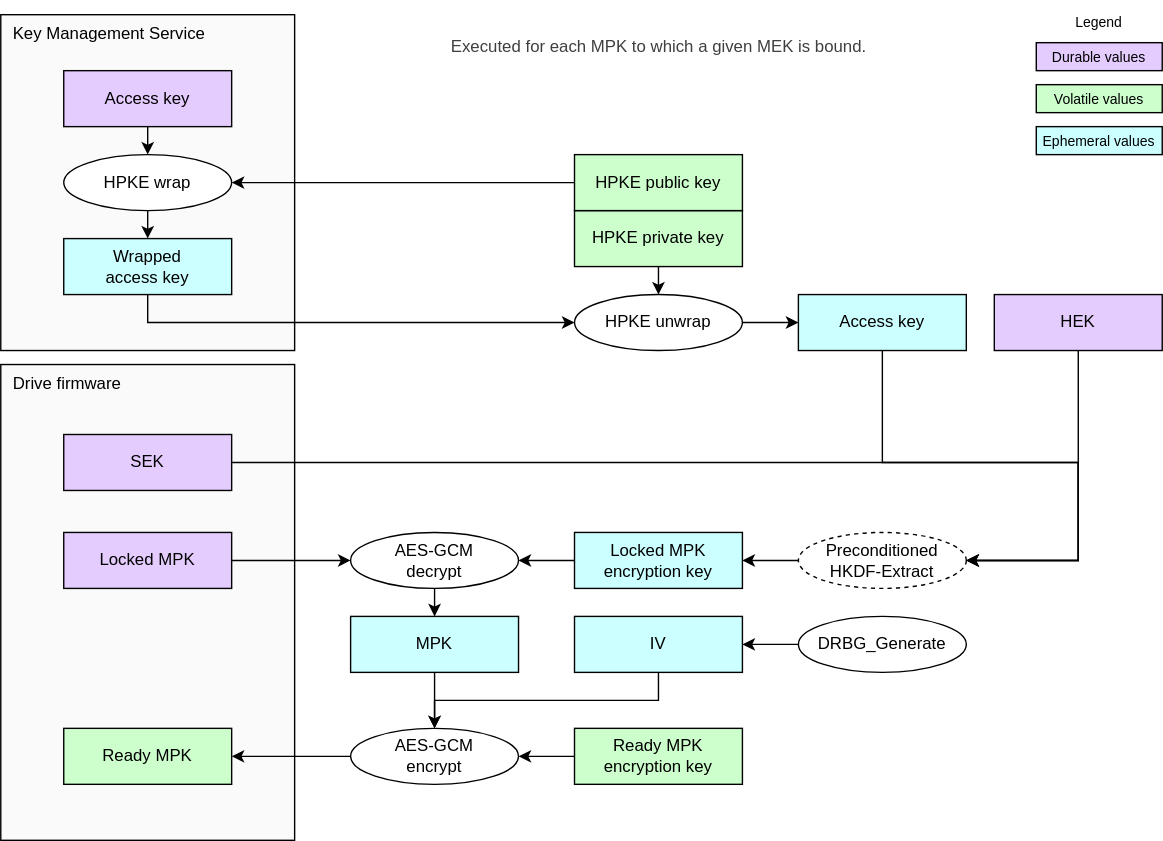
The draw.io diagram doc/ocp_lock/diagrams/mpk_ready.drawio.svg in chipsalliance/Caliptra, before a commit. Source tidied: cells renumbered, new cells last; positions are measured from the earlier drawing's top-left corner, leaving out a move shared by most shapes.
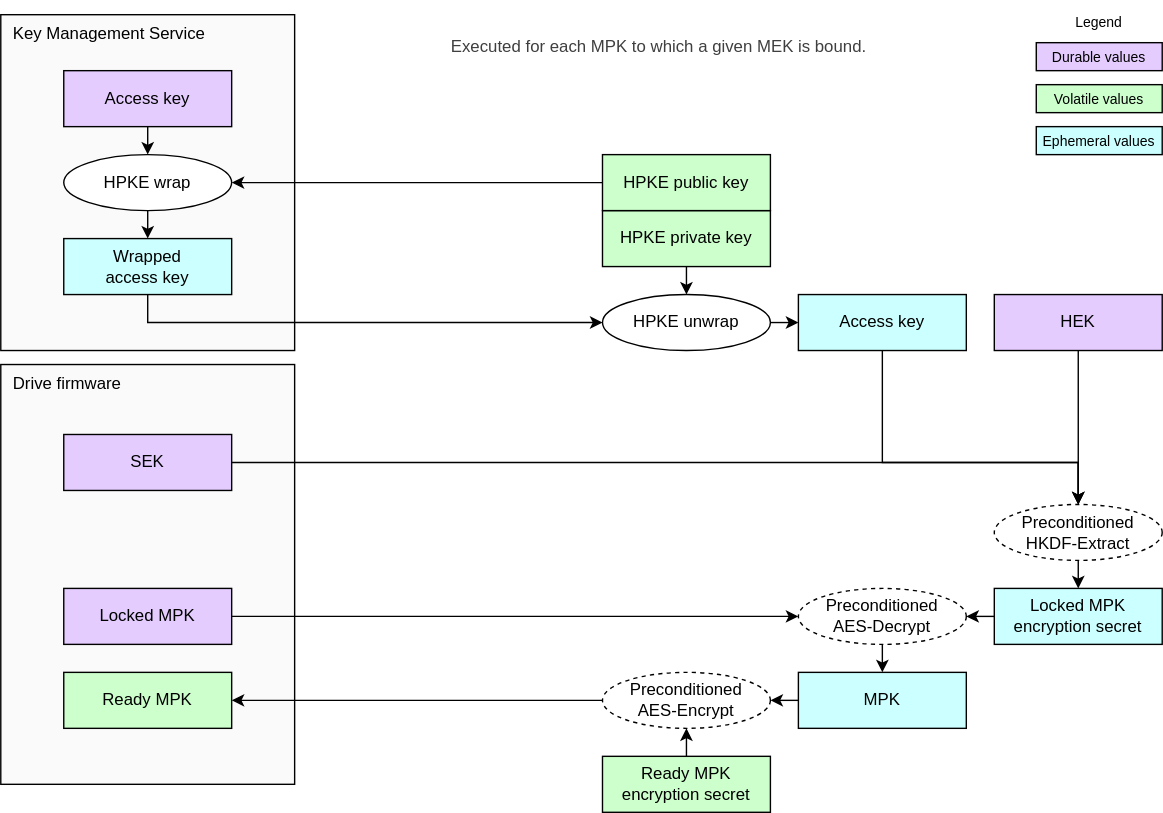
The same diagram one commit later.

Commit message:
Add "preconditioned AES" operations.

What changed in the source:
```diff
@@ -3,80 +3,60 @@
     <mxCell id="0" />
     <mxCell id="1" parent="0" />
     <mxCell id="2" value="Drive firmware" style="rounded=0;whiteSpace=wrap;html=1;fillColor=#FAFAFA;strokeColor=#000000;align=left;verticalAlign=top;spacingLeft=7;" parent="1" vertex="1">
-      <mxGeometry y="260" width="210" height="340" as="geometry" />
+      <mxGeometry y="260" width="210" height="300" as="geometry" />
     </mxCell>
     <mxCell id="3" value="Key Management Service" style="rounded=0;whiteSpace=wrap;html=1;fillColor=#FAFAFA;strokeColor=#000000;align=left;verticalAlign=top;spacingLeft=7;" parent="1" vertex="1">
       <mxGeometry y="10" width="210" height="240" as="geometry" />
     </mxCell>
     <mxCell id="4" value="&lt;div&gt;&lt;font color=&quot;#000000&quot;&gt;Locked MPK&lt;/font&gt;&lt;/div&gt;" style="rounded=0;whiteSpace=wrap;html=1;align=center;verticalAlign=middle;shadow=0;glass=0;spacingLeft=0;spacingBottom=0;spacingTop=0;fillColor=#E5CCFF;" parent="1" vertex="1">
-      <mxGeometry x="45" y="380" width="120" height="40" as="geometry" />
+      <mxGeometry x="45" y="420" width="120" height="40" as="geometry" />
     </mxCell>
     <mxCell id="5" value="&lt;div&gt;&lt;font color=&quot;#000000&quot;&gt;Ready MPK&lt;/font&gt;&lt;/div&gt;" style="rounded=0;whiteSpace=wrap;html=1;align=center;verticalAlign=middle;shadow=0;glass=0;spacingLeft=0;spacingBottom=0;spacingTop=0;fillColor=#CCFFCC;" parent="1" vertex="1">
-      <mxGeometry x="45" y="520" width="120" height="40" as="geometry" />
+      <mxGeometry x="45" y="480" width="120" height="40" as="geometry" />
     </mxCell>
     <mxCell id="6" value="&lt;div&gt;&lt;font color=&quot;#000000&quot;&gt;HEK&lt;/font&gt;&lt;/div&gt;" style="rounded=0;whiteSpace=wrap;html=1;align=center;verticalAlign=middle;shadow=0;glass=0;spacingLeft=0;spacingBottom=0;spacingTop=0;fillColor=#E5CCFF;" parent="1" vertex="1">
       <mxGeometry x="710" y="210" width="120" height="40" as="geometry" />
     </mxCell>
+    <mxCell id="46" style="edgeStyle=none;html=1;exitX=0;exitY=0.5;exitDx=0;exitDy=0;entryX=1;entryY=0.5;entryDx=0;entryDy=0;" parent="1" edge="1" source="7" target="13">
+      <mxGeometry relative="1" as="geometry" />
+    </mxCell>
-    <mxCell id="7" value="&lt;div&gt;&lt;font color=&quot;#000000&quot;&gt;Locked MPK encryption key&lt;/font&gt;&lt;/div&gt;" style="rounded=0;whiteSpace=wrap;html=1;align=center;verticalAlign=middle;shadow=0;glass=0;spacingLeft=0;spacingBottom=0;spacingTop=0;fillColor=#CCFFFF;" parent="1" vertex="1">
-      <mxGeometry x="410" y="380" width="120" height="40" as="geometry" />
+    <mxCell id="7" value="&lt;div&gt;&lt;font color=&quot;#000000&quot;&gt;MPK&lt;/font&gt;&lt;/div&gt;" style="rounded=0;whiteSpace=wrap;html=1;align=center;verticalAlign=middle;shadow=0;glass=0;spacingLeft=0;spacingBottom=0;spacingTop=0;fillColor=#CCFFFF;" parent="1" vertex="1">
+      <mxGeometry x="570" y="480" width="120" height="40" as="geometry" />
     </mxCell>
     <mxCell id="8" value="&lt;div&gt;&lt;font color=&quot;#000000&quot;&gt;Access key&lt;/font&gt;&lt;/div&gt;" style="rounded=0;whiteSpace=wrap;html=1;align=center;verticalAlign=middle;shadow=0;glass=0;spacingLeft=0;spacingBottom=0;spacingTop=0;fillColor=#CCFFFF;" parent="1" vertex="1">
       <mxGeometry x="570" y="210" width="120" height="40" as="geometry" />
     </mxCell>
-    <mxCell id="9" value="&lt;span style=&quot;color: rgb(0, 0, 0);&quot;&gt;Preconditioned&lt;/span&gt;&lt;div&gt;HKDF-Extract&lt;/div&gt;" style="ellipse;whiteSpace=wrap;html=1;fillColor=#FFFFFF;dashed=1;" parent="1" vertex="1">
-      <mxGeometry x="570" y="380" width="120" height="40" as="geometry" />
-    </mxCell>
-    <mxCell id="10" style="edgeStyle=none;html=1;" parent="1" edge="1" source="11" target="20">
-      <mxGeometry relative="1" as="geometry" />
-    </mxCell>
-    <mxCell id="11" value="AES-GCM&lt;div&gt;decrypt&lt;/div&gt;" style="ellipse;whiteSpace=wrap;html=1;fillColor=#FFFFFF;" parent="1" vertex="1">
-      <mxGeometry x="250" y="380" width="120" height="40" as="geometry" />
-    </mxCell>
+    <mxCell id="18" style="edgeStyle=none;html=1;exitX=0.5;exitY=0;exitDx=0;exitDy=0;entryX=0.5;entryY=1;entryDx=0;entryDy=0;" parent="1" edge="1" source="12" target="13">
+      <mxGeometry relative="1" as="geometry" />
+    </mxCell>
-    <mxCell id="12" value="&lt;div&gt;&lt;font color=&quot;#000000&quot;&gt;Ready MPK encryption key&lt;/font&gt;&lt;/div&gt;" style="rounded=0;whiteSpace=wrap;html=1;align=center;verticalAlign=middle;shadow=0;glass=0;spacingLeft=0;spacingBottom=0;spacingTop=0;fillColor=#CCFFCC;" parent="1" vertex="1">
-      <mxGeometry x="410" y="520" width="120" height="40" as="geometry" />
+    <mxCell id="12" value="&lt;div&gt;&lt;font color=&quot;#000000&quot;&gt;Ready MPK encryption secret&lt;/font&gt;&lt;/div&gt;" style="rounded=0;whiteSpace=wrap;html=1;align=center;verticalAlign=middle;shadow=0;glass=0;spacingLeft=0;spacingBottom=0;spacingTop=0;fillColor=#CCFFCC;" parent="1" vertex="1">
+      <mxGeometry x="430" y="540" width="120" height="40" as="geometry" />
     </mxCell>
-    <mxCell id="13" value="AES-GCM&lt;div&gt;encrypt&lt;/div&gt;" style="ellipse;whiteSpace=wrap;html=1;fillColor=#FFFFFF;" parent="1" vertex="1">
-      <mxGeometry x="250" y="520" width="120" height="40" as="geometry" />
+    <mxCell id="13" value="Preconditioned&lt;div&gt;AES-Encrypt&lt;/div&gt;" style="ellipse;whiteSpace=wrap;html=1;fillColor=#FFFFFF;dashed=1;" parent="1" vertex="1">
+      <mxGeometry x="430" y="480" width="120" height="40" as="geometry" />
     </mxCell>
-    <mxCell id="14" style="endArrow=classic;html=1;exitX=1;exitY=0.5;exitDx=0;exitDy=0;entryX=0;entryY=0.5;entryDx=0;entryDy=0;endSize=6;startSize=6;" parent="1" edge="1" source="4" target="11">
+    <mxCell id="14" style="endArrow=classic;html=1;exitX=1;exitY=0.5;exitDx=0;exitDy=0;entryX=0;entryY=0.5;entryDx=0;entryDy=0;endSize=6;startSize=6;" parent="1" edge="1" source="4" target="51">
       <mxGeometry relative="1" as="geometry" />
     </mxCell>
-    <mxCell id="15" style="endArrow=classic;html=1;exitX=0;exitY=0.5;exitDx=0;exitDy=0;entryX=1;entryY=0.5;entryDx=0;entryDy=0;endSize=6;startSize=6;" parent="1" edge="1" source="7" target="11">
-      <mxGeometry relative="1" as="geometry" />
-    </mxCell>
-    <mxCell id="16" style="endArrow=classic;html=1;exitX=0.5;exitY=1;exitDx=0;exitDy=0;endSize=6;startSize=6;entryX=1;entryY=0.5;entryDx=0;entryDy=0;edgeStyle=orthogonalEdgeStyle;rounded=0;curved=0;" parent="1" edge="1" source="8" target="9">
+    <mxCell id="16" style="endArrow=classic;html=1;exitX=0.5;exitY=1;exitDx=0;exitDy=0;endSize=6;startSize=6;edgeStyle=orthogonalEdgeStyle;rounded=0;curved=0;entryX=0.5;entryY=0;entryDx=0;entryDy=0;" parent="1" edge="1" source="8" target="9">
       <mxGeometry relative="1" as="geometry">
         <Array as="points">
           <mxPoint x="630" y="330" />
           <mxPoint x="770" y="330" />
-          <mxPoint x="770" y="400" />
         </Array>
       </mxGeometry>
     </mxCell>
-    <mxCell id="17" style="endArrow=classic;html=1;exitX=0;exitY=0.5;exitDx=0;exitDy=0;entryX=1;entryY=0.5;entryDx=0;entryDy=0;endSize=6;startSize=6;" parent="1" edge="1" source="9" target="7">
-      <mxGeometry relative="1" as="geometry" />
-    </mxCell>
-    <mxCell id="18" style="endArrow=classic;html=1;exitX=0;exitY=0.5;exitDx=0;exitDy=0;entryX=1;entryY=0.5;entryDx=0;entryDy=0;endSize=6;startSize=6;" parent="1" edge="1" source="12" target="13">
-      <mxGeometry relative="1" as="geometry" />
-    </mxCell>
     <mxCell id="19" style="endArrow=classic;html=1;exitX=0;exitY=0.5;exitDx=0;exitDy=0;entryX=1;entryY=0.5;entryDx=0;entryDy=0;endSize=6;startSize=6;" parent="1" edge="1" source="13" target="5">
       <mxGeometry relative="1" as="geometry" />
     </mxCell>
-    <mxCell id="20" value="&lt;div&gt;&lt;font color=&quot;#000000&quot;&gt;MPK&lt;/font&gt;&lt;/div&gt;" style="rounded=0;whiteSpace=wrap;html=1;align=center;verticalAlign=middle;shadow=0;glass=0;spacingLeft=0;spacingBottom=0;spacingTop=0;fillColor=#CCFFFF;" parent="1" vertex="1">
-      <mxGeometry x="250" y="440" width="120" height="40" as="geometry" />
-    </mxCell>
-    <mxCell id="21" style="edgeStyle=segmentEdgeStyle;endArrow=classic;html=1;curved=0;rounded=0;endSize=6;startSize=6;entryX=1;entryY=0.5;entryDx=0;entryDy=0;exitX=0.5;exitY=1;exitDx=0;exitDy=0;" parent="1" edge="1" source="6" target="9">
-      <mxGeometry relative="1" as="geometry">
-        <Array as="points">
-          <mxPoint x="770" y="400" />
-        </Array>
-      </mxGeometry>
+    <mxCell id="21" style="edgeStyle=segmentEdgeStyle;endArrow=classic;html=1;curved=0;rounded=0;endSize=6;startSize=6;exitX=0.5;exitY=1;exitDx=0;exitDy=0;entryX=0.5;entryY=0;entryDx=0;entryDy=0;" parent="1" edge="1" source="6" target="9">
+      <mxGeometry relative="1" as="geometry" />
     </mxCell>
     <mxCell id="22" value="&lt;div&gt;&lt;font color=&quot;#000000&quot;&gt;HPKE private key&lt;/font&gt;&lt;/div&gt;" style="rounded=0;whiteSpace=wrap;html=1;align=center;verticalAlign=middle;shadow=0;glass=0;spacingLeft=0;spacingBottom=0;spacingTop=0;fillColor=#CCFFCC;" parent="1" vertex="1">
-      <mxGeometry x="410" y="150" width="120" height="40" as="geometry" />
+      <mxGeometry x="430" y="150" width="120" height="40" as="geometry" />
     </mxCell>
     <mxCell id="23" value="HPKE unwrap" style="ellipse;whiteSpace=wrap;html=1;fillColor=#FFFFFF;" parent="1" vertex="1">
-      <mxGeometry x="410" y="210" width="120" height="40" as="geometry" />
+      <mxGeometry x="430" y="210" width="120" height="40" as="geometry" />
     </mxCell>
     <mxCell id="24" style="endArrow=classic;html=1;exitX=1;exitY=0.5;exitDx=0;exitDy=0;endSize=6;startSize=6;" parent="1" edge="1" source="23" target="8">
       <mxGeometry relative="1" as="geometry" />
@@ -88,7 +68,7 @@
       <mxGeometry x="45" y="110" width="120" height="40" as="geometry" />
     </mxCell>
     <mxCell id="27" value="&lt;div&gt;&lt;font color=&quot;#000000&quot;&gt;HPKE public key&lt;/font&gt;&lt;/div&gt;" style="rounded=0;whiteSpace=wrap;html=1;align=center;verticalAlign=middle;shadow=0;glass=0;spacingLeft=0;spacingBottom=0;spacingTop=0;fillColor=#CCFFCC;" parent="1" vertex="1">
-      <mxGeometry x="410" y="110" width="120" height="40" as="geometry" />
+      <mxGeometry x="430" y="110" width="120" height="40" as="geometry" />
     </mxCell>
     <mxCell id="28" style="edgeStyle=segmentEdgeStyle;endArrow=classic;html=1;curved=0;rounded=0;endSize=6;startSize=6;exitX=0;exitY=0.5;exitDx=0;exitDy=0;entryX=1;entryY=0.5;entryDx=0;entryDy=0;" parent="1" edge="1" source="27" target="26">
       <mxGeometry relative="1" as="geometry">
@@ -132,31 +112,37 @@
     <mxCell id="38" style="endArrow=classic;html=1;exitX=0.5;exitY=1;exitDx=0;exitDy=0;endSize=6;startSize=6;entryX=0.5;entryY=0;entryDx=0;entryDy=0;" parent="1" edge="1" source="22" target="23">
       <mxGeometry relative="1" as="geometry" />
     </mxCell>
-    <mxCell id="39" value="&lt;div&gt;&lt;font color=&quot;#000000&quot;&gt;IV&lt;/font&gt;&lt;/div&gt;" style="rounded=0;whiteSpace=wrap;html=1;align=center;verticalAlign=middle;shadow=0;glass=0;spacingLeft=0;spacingBottom=0;spacingTop=0;fillColor=#CCFFFF;" parent="1" vertex="1">
-      <mxGeometry x="410" y="440" width="120" height="40" as="geometry" />
-    </mxCell>
-    <mxCell id="40" value="DRBG_Generate" style="ellipse;whiteSpace=wrap;html=1;fillColor=#FFFFFF;" parent="1" vertex="1">
-      <mxGeometry x="570" y="440" width="120" height="40" as="geometry" />
-    </mxCell>
-    <mxCell id="41" style="endArrow=classic;html=1;exitX=0;exitY=0.5;exitDx=0;exitDy=0;entryX=1;entryY=0.5;entryDx=0;entryDy=0;endSize=6;startSize=6;" parent="1" edge="1" source="40" target="39">
-      <mxGeometry relative="1" as="geometry" />
-    </mxCell>
-    <mxCell id="42" style="edgeStyle=orthogonalEdgeStyle;endArrow=classic;html=1;rounded=0;endSize=6;startSize=6;entryX=0.5;entryY=0;entryDx=0;entryDy=0;exitX=0.5;exitY=1;exitDx=0;exitDy=0;" parent="1" edge="1" source="39" target="13">
-      <mxGeometry relative="1" as="geometry" />
-    </mxCell>
-    <mxCell id="43" style="edgeStyle=none;html=1;exitX=0.5;exitY=1;exitDx=0;exitDy=0;entryX=0.5;entryY=0;entryDx=0;entryDy=0;" parent="1" edge="1" source="20" target="13">
-      <mxGeometry relative="1" as="geometry" />
-    </mxCell>
     <mxCell id="44" value="&lt;div&gt;&lt;font color=&quot;#000000&quot;&gt;SEK&lt;/font&gt;&lt;/div&gt;" style="rounded=0;whiteSpace=wrap;html=1;align=center;verticalAlign=middle;shadow=0;glass=0;spacingLeft=0;spacingBottom=0;spacingTop=0;fillColor=#E5CCFF;" parent="1" vertex="1">
       <mxGeometry x="45" y="310" width="120" height="40" as="geometry" />
     </mxCell>
-    <mxCell id="45" style="endArrow=classic;html=1;exitX=1;exitY=0.5;exitDx=0;exitDy=0;endSize=6;startSize=6;edgeStyle=orthogonalEdgeStyle;rounded=0;entryX=1;entryY=0.5;entryDx=0;entryDy=0;" parent="1" edge="1" source="44" target="9">
+    <mxCell id="45" style="endArrow=classic;html=1;exitX=1;exitY=0.5;exitDx=0;exitDy=0;endSize=6;startSize=6;edgeStyle=orthogonalEdgeStyle;rounded=0;entryX=0.5;entryY=0;entryDx=0;entryDy=0;" parent="1" edge="1" source="44" target="9">
       <mxGeometry relative="1" as="geometry">
         <Array as="points">
           <mxPoint x="770" y="330" />
-          <mxPoint x="770" y="400" />
         </Array>
       </mxGeometry>
     </mxCell>
+    <mxCell id="47" style="edgeStyle=none;html=1;exitX=0.5;exitY=1;exitDx=0;exitDy=0;entryX=0.5;entryY=0;entryDx=0;entryDy=0;" parent="1" edge="1" source="9" target="49">
+      <mxGeometry relative="1" as="geometry" />
+    </mxCell>
+    <mxCell id="9" value="Preconditioned&lt;div&gt;HKDF-Extract&lt;/div&gt;" style="ellipse;whiteSpace=wrap;html=1;fillColor=#FFFFFF;dashed=1;" parent="1" vertex="1">
+      <mxGeometry x="710" y="360" width="120" height="40" as="geometry" />
+    </mxCell>
+    <mxCell id="48" style="edgeStyle=none;html=1;exitX=0;exitY=0.5;exitDx=0;exitDy=0;entryX=1;entryY=0.5;entryDx=0;entryDy=0;" parent="1" edge="1" source="49">
+      <mxGeometry relative="1" as="geometry">
+        <mxPoint x="690" y="440" as="targetPoint" />
+      </mxGeometry>
+    </mxCell>
+    <mxCell id="49" value="&lt;div&gt;&lt;font color=&quot;#000000&quot;&gt;Locked MPK encryption secret&lt;/font&gt;&lt;/div&gt;" style="rounded=0;whiteSpace=wrap;html=1;align=center;verticalAlign=middle;shadow=0;glass=0;spacingLeft=0;spacingBottom=0;spacingTop=0;fillColor=#CCFFFF;" parent="1" vertex="1">
+      <mxGeometry x="710" y="420" width="120" height="40" as="geometry" />
+    </mxCell>
+    <mxCell id="50" style="edgeStyle=none;html=1;exitX=0.5;exitY=1;exitDx=0;exitDy=0;entryX=0.5;entryY=0;entryDx=0;entryDy=0;" parent="1" edge="1" target="7">
+      <mxGeometry relative="1" as="geometry">
+        <mxPoint x="630" y="460" as="sourcePoint" />
+      </mxGeometry>
+    </mxCell>
+    <mxCell id="51" value="Preconditioned&lt;div&gt;AES-Decrypt&lt;/div&gt;" style="ellipse;whiteSpace=wrap;html=1;fillColor=#FFFFFF;dashed=1;" parent="1" vertex="1">
+      <mxGeometry x="570" y="420" width="120" height="40" as="geometry" />
+    </mxCell>
   </root>
 </mxGraphModel>
```
